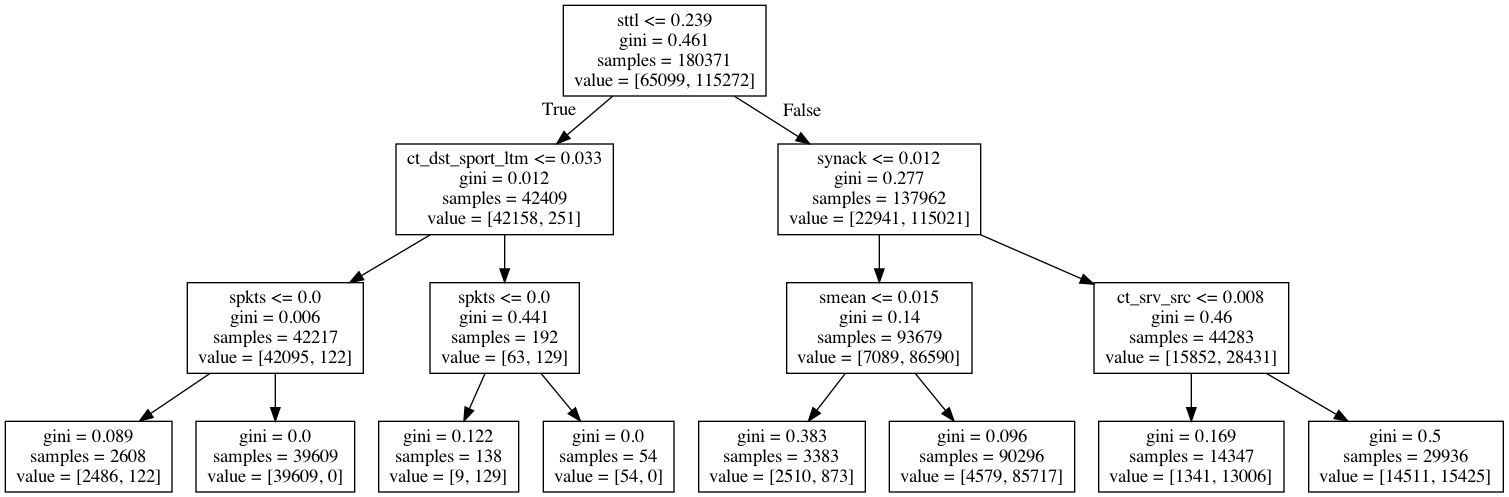
The Graphviz diagram 5.ML_Models/baseline/images/decisionTree.png in divyaKh/CMPE255Project, before a commit. Its source is kept beside it as 5.ML_Models/baseline/images/decisionTree.dot.
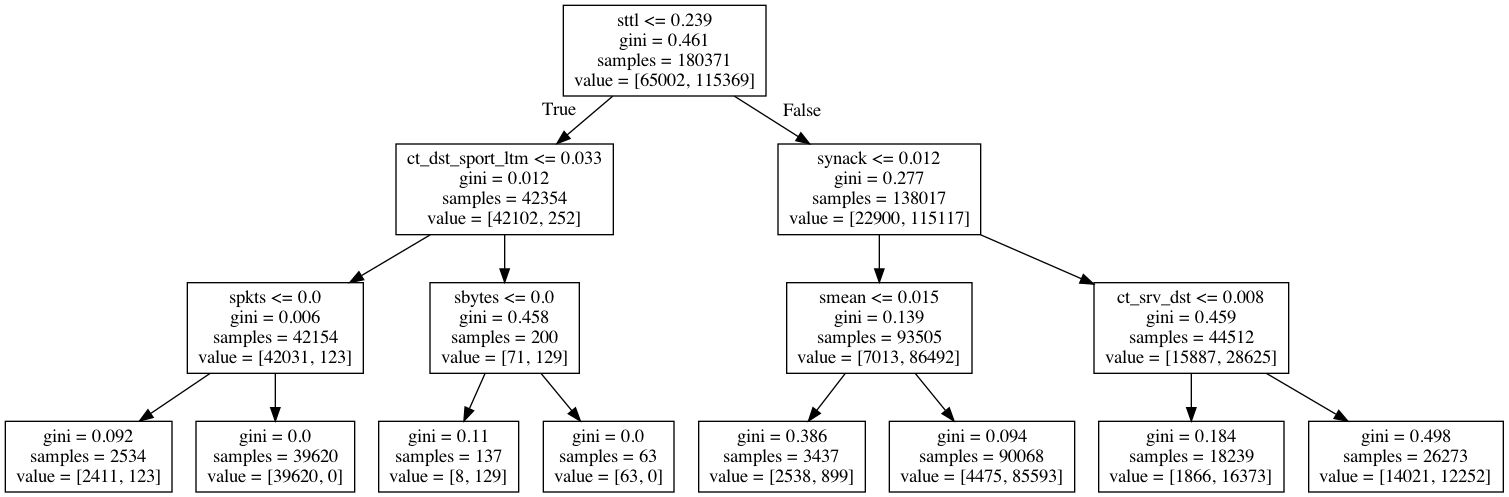
After the commit.

The edit, as a diff of the source:
```diff
@@ -1,32 +1,32 @@
 digraph Tree {
 node [shape=box] ;
-0 [label="sttl <= 0.239\ngini = 0.461\nsamples = 180371\nvalue = [65099, 115272]"] ;
-1 [label="ct_dst_sport_ltm <= 0.033\ngini = 0.012\nsamples = 42409\nvalue = [42158, 251]"] ;
+0 [label="sttl <= 0.239\ngini = 0.461\nsamples = 180371\nvalue = [65002, 115369]"] ;
+1 [label="ct_dst_sport_ltm <= 0.033\ngini = 0.012\nsamples = 42354\nvalue = [42102, 252]"] ;
 0 -> 1 [labeldistance=2.5, labelangle=45, headlabel="True"] ;
-2 [label="spkts <= 0.0\ngini = 0.006\nsamples = 42217\nvalue = [42095, 122]"] ;
+2 [label="spkts <= 0.0\ngini = 0.006\nsamples = 42154\nvalue = [42031, 123]"] ;
 1 -> 2 ;
-3 [label="gini = 0.089\nsamples = 2608\nvalue = [2486, 122]"] ;
+3 [label="gini = 0.092\nsamples = 2534\nvalue = [2411, 123]"] ;
 2 -> 3 ;
-4 [label="gini = 0.0\nsamples = 39609\nvalue = [39609, 0]"] ;
+4 [label="gini = 0.0\nsamples = 39620\nvalue = [39620, 0]"] ;
 2 -> 4 ;
-5 [label="spkts <= 0.0\ngini = 0.441\nsamples = 192\nvalue = [63, 129]"] ;
+5 [label="sbytes <= 0.0\ngini = 0.458\nsamples = 200\nvalue = [71, 129]"] ;
 1 -> 5 ;
-6 [label="gini = 0.122\nsamples = 138\nvalue = [9, 129]"] ;
+6 [label="gini = 0.11\nsamples = 137\nvalue = [8, 129]"] ;
 5 -> 6 ;
-7 [label="gini = 0.0\nsamples = 54\nvalue = [54, 0]"] ;
+7 [label="gini = 0.0\nsamples = 63\nvalue = [63, 0]"] ;
 5 -> 7 ;
-8 [label="synack <= 0.012\ngini = 0.277\nsamples = 137962\nvalue = [22941, 115021]"] ;
+8 [label="synack <= 0.012\ngini = 0.277\nsamples = 138017\nvalue = [22900, 115117]"] ;
 0 -> 8 [labeldistance=2.5, labelangle=-45, headlabel="False"] ;
-9 [label="smean <= 0.015\ngini = 0.14\nsamples = 93679\nvalue = [7089, 86590]"] ;
+9 [label="smean <= 0.015\ngini = 0.139\nsamples = 93505\nvalue = [7013, 86492]"] ;
 8 -> 9 ;
-10 [label="gini = 0.383\nsamples = 3383\nvalue = [2510, 873]"] ;
+10 [label="gini = 0.386\nsamples = 3437\nvalue = [2538, 899]"] ;
 9 -> 10 ;
-11 [label="gini = 0.096\nsamples = 90296\nvalue = [4579, 85717]"] ;
+11 [label="gini = 0.094\nsamples = 90068\nvalue = [4475, 85593]"] ;
 9 -> 11 ;
-12 [label="ct_srv_src <= 0.008\ngini = 0.46\nsamples = 44283\nvalue = [15852, 28431]"] ;
+12 [label="ct_srv_dst <= 0.008\ngini = 0.459\nsamples = 44512\nvalue = [15887, 28625]"] ;
 8 -> 12 ;
-13 [label="gini = 0.169\nsamples = 14347\nvalue = [1341, 13006]"] ;
+13 [label="gini = 0.184\nsamples = 18239\nvalue = [1866, 16373]"] ;
 12 -> 13 ;
-14 [label="gini = 0.5\nsamples = 29936\nvalue = [14511, 15425]"] ;
+14 [label="gini = 0.498\nsamples = 26273\nvalue = [14021, 12252]"] ;
 12 -> 14 ;
 }
```
